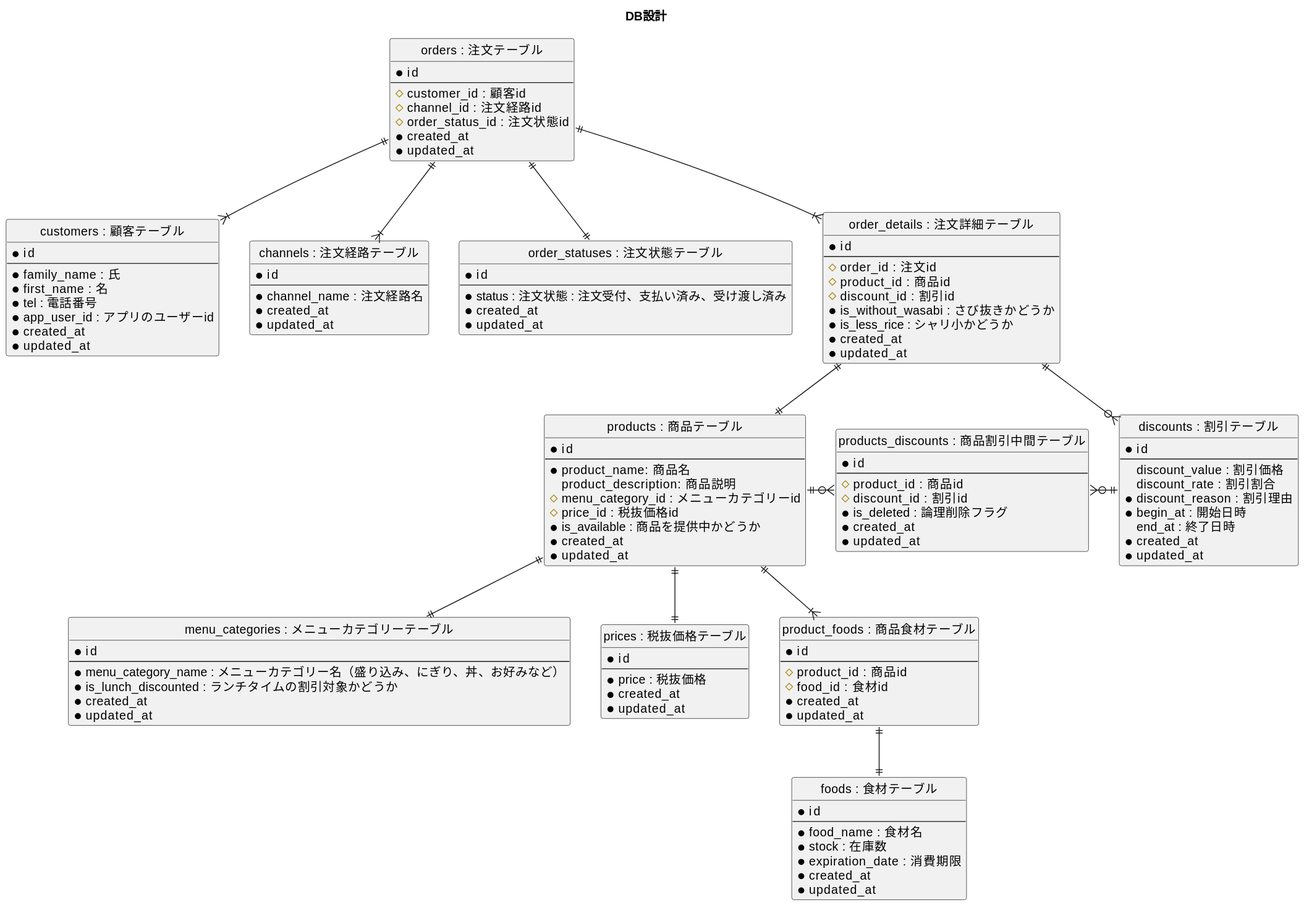
Above: RSnHzWhxTB705z/01_データベース設計/01_DBモデリング1/01_01_03_er_diagram.svg in praha-inc/praha-challenge-7 (PlantUML), before the change.
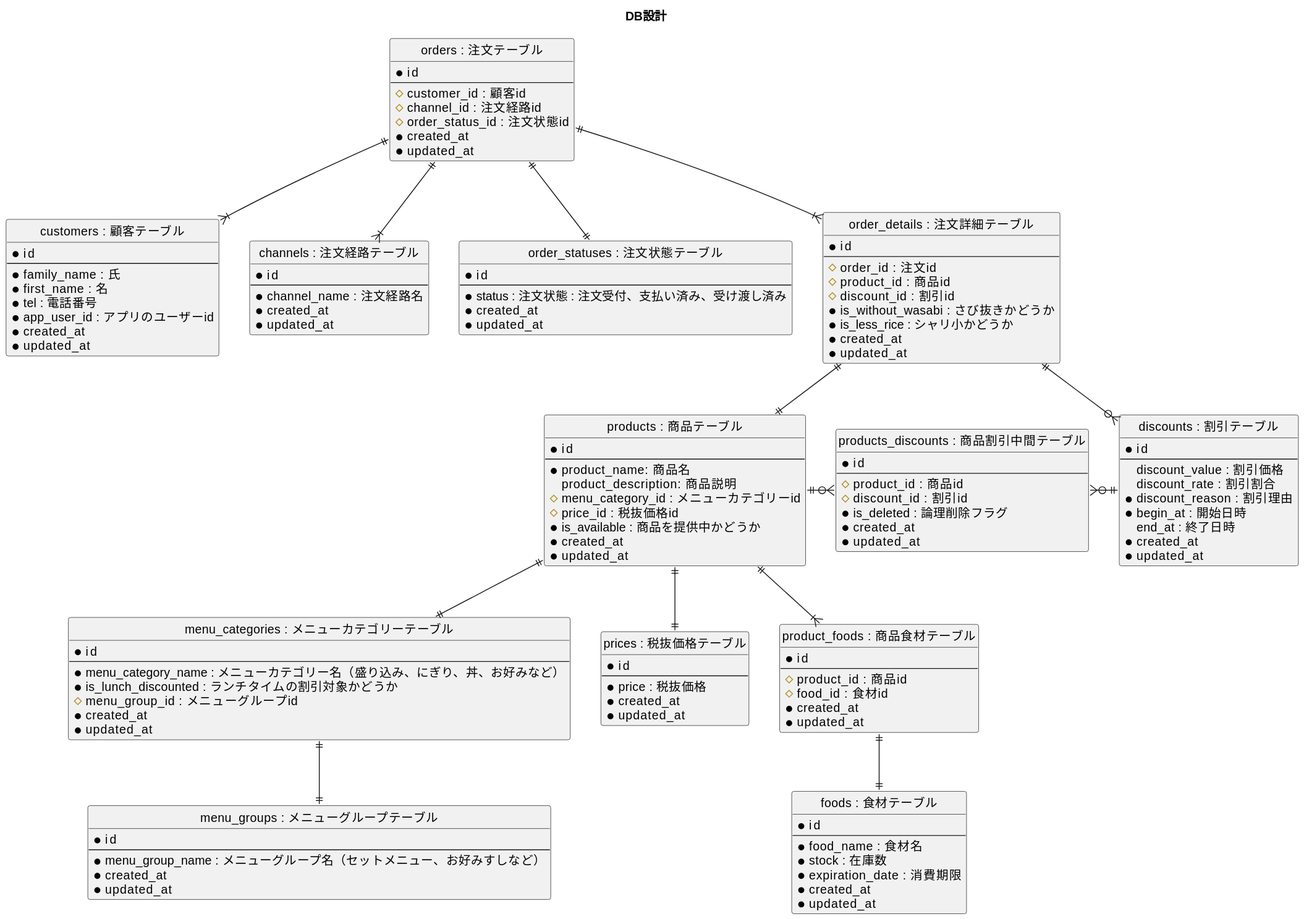
Above is the later version.

The edit, as a diff of the source:
```diff
@@ -69,6 +69,15 @@
   --
   *menu_category_name : メニューカテゴリー名（盛り込み、にぎり、丼、お好みなど）
   *is_lunch_discounted : ランチタイムの割引対象かどうか
+  #menu_group_id : メニューグループid
+  *created_at
+  *updated_at
+}
+
+entity "menu_groups : メニューグループテーブル" as menu_groups {
+  *id
+  --
+  *menu_group_name : メニューグループ名（セットメニュー、お好みすしなど）
   *created_at
   *updated_at
 }
@@ -137,5 +146,7 @@
 products ||-r-o{ products_discounts
 discounts ||-l-o{ products_discounts
 
+menu_categories ||-d-|| menu_groups
+
 product_foods ||--|| foods
 @enduml
```
